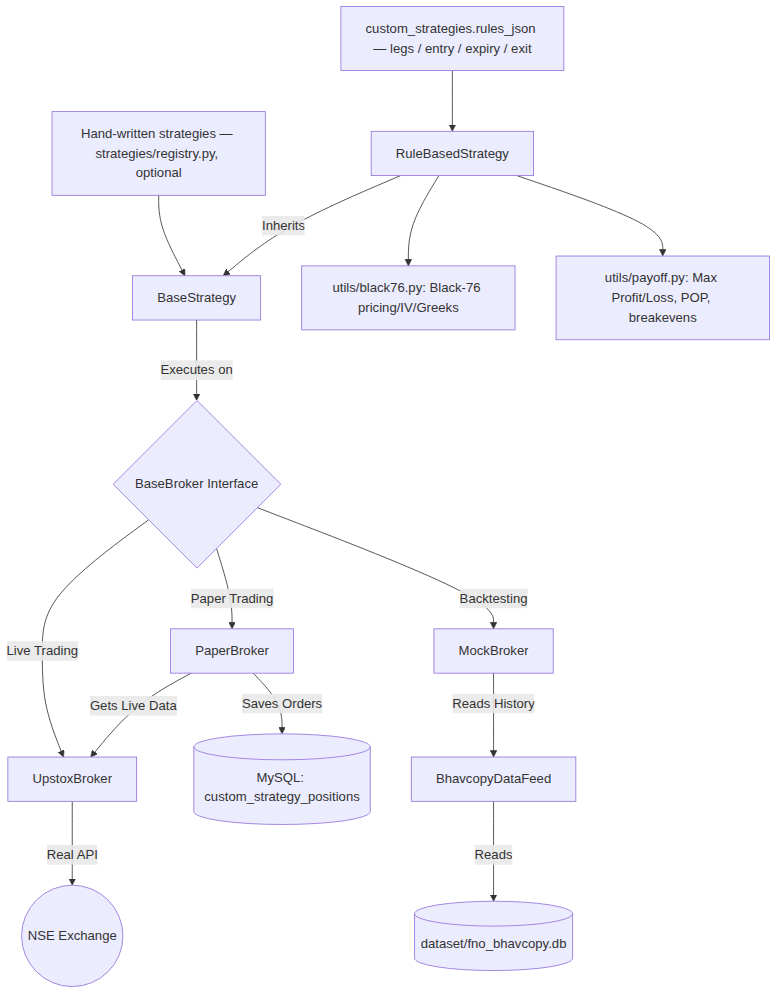
Above: backend/docs/architecture.png in shubhanshu21/paper_trader (Mermaid), before the change. Its source is kept beside it as backend/docs/architecture.mmd.
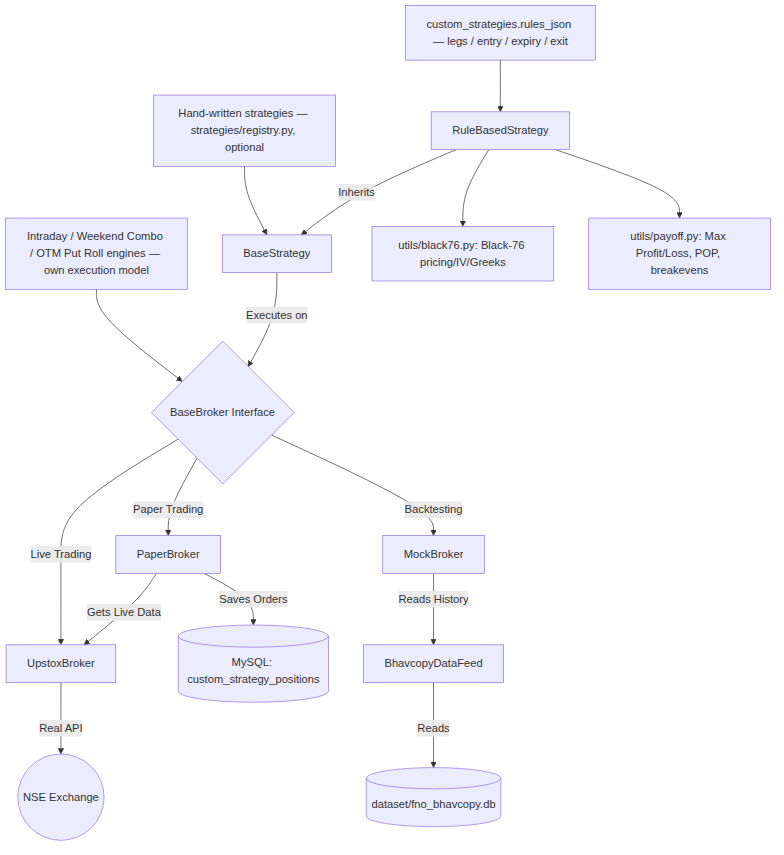
Above is the later version.

Change to the diagram source:
```diff
@@ -1,6 +1,7 @@
 graph TD
     Rules[custom_strategies.rules_json — legs / entry / expiry / exit] --> RS[RuleBasedStrategy]
     HandWritten[Hand-written strategies — strategies/registry.py, optional] --> BS
+    Other[Intraday / Weekend Combo / OTM Put Roll engines — own execution model] --> B
     RS --> |Inherits| BS[BaseStrategy]
     BS --> |Executes on| B{BaseBroker Interface}
 
```
